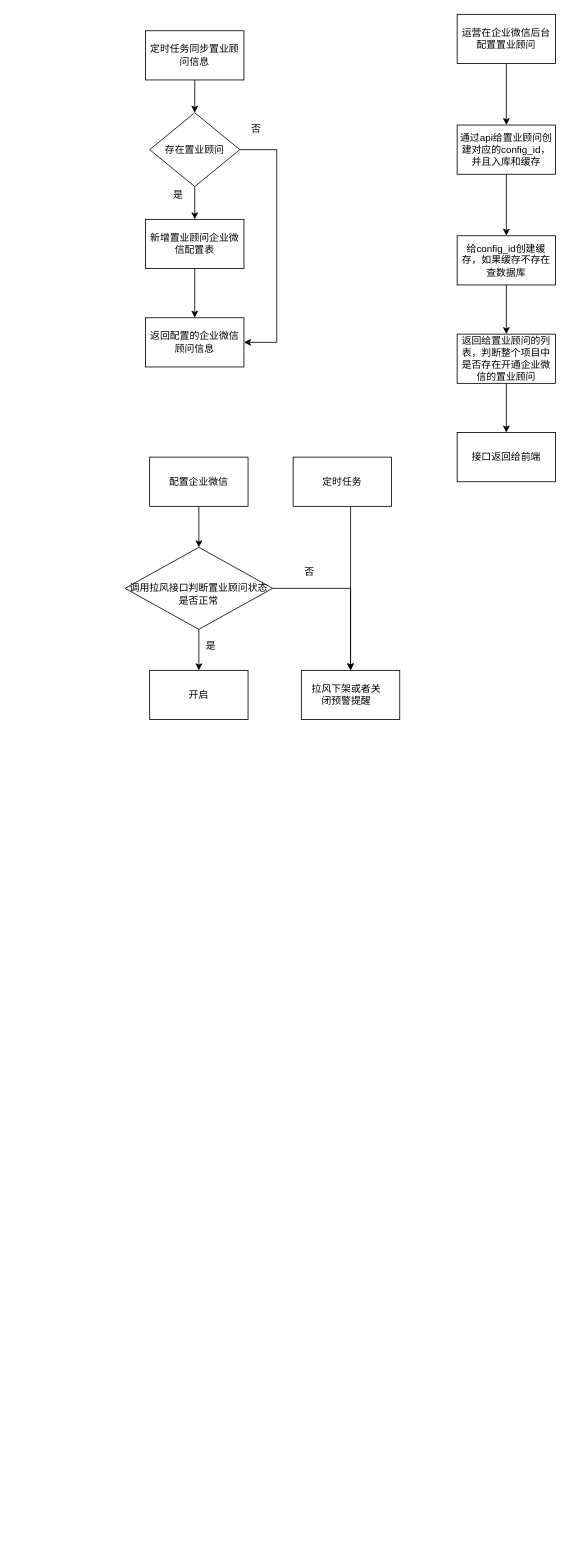
This is wecom.drawio from chrispolo/-Offer-, a draw.io file, before an edit. Source tidied: cells renumbered, new cells numbered last; positions are measured from the earlier drawing's top-left corner, leaving out a move shared by most shapes. Both pictures are drawn from the tidied source at 82%, with x=0, y=0 at pixel (125, 14).
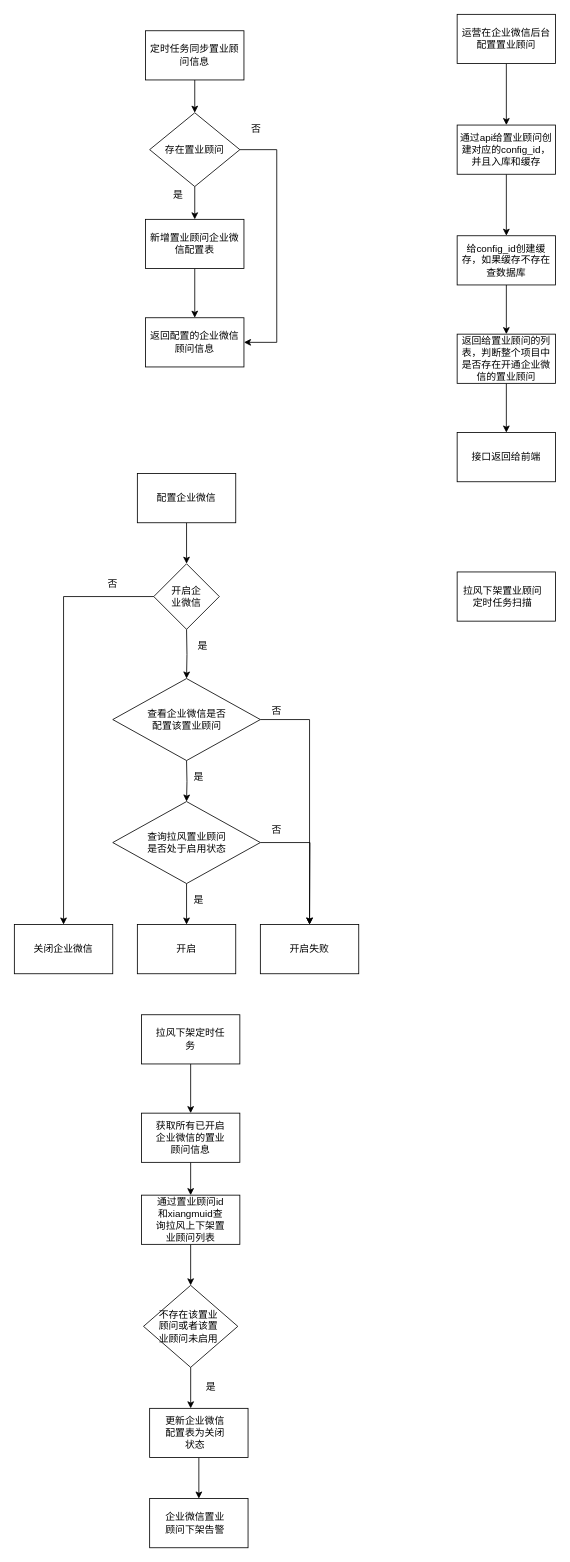
Above is the later version.

Change to the diagram source:
```diff
@@
-    <mxCell id="12" style="edgeStyle=orthogonalEdgeStyle;rounded=0;jettySize=auto;html=1;" parent="1" edge="1" source="13" target="16">
-      <mxGeometry relative="1" as="geometry" />
+    <mxCell id="12" style="edgeStyle=orthogonalEdgeStyle;rounded=0;jettySize=auto;html=1;" parent="1" edge="1" target="16">
+      <mxGeometry relative="1" as="geometry">
+        <mxPoint x="75" y="910" as="sourcePoint" />
+      </mxGeometry>
     </mxCell>
-    <mxCell id="13" value="配置企业微信" style="rounded=0;whiteSpace=wrap;html=1;" parent="1" vertex="1">
-      <mxGeometry x="30" y="540" width="120" height="60" as="geometry" />
-    </mxCell>
@@
-    <mxCell id="15" style="edgeStyle=orthogonalEdgeStyle;rounded=0;jettySize=auto;html=1;entryX=0.5;entryY=0;entryDx=0;entryDy=0;" parent="1" edge="1" source="16" target="22">
-      <mxGeometry relative="1" as="geometry" />
-    </mxCell>
+    <mxCell id="34" style="edgeStyle=orthogonalEdgeStyle;rounded=0;jettySize=auto;html=1;" parent="1" edge="1" source="16">
+      <mxGeometry relative="1" as="geometry">
+        <mxPoint x="225" y="1110" as="targetPoint" />
+      </mxGeometry>
+    </mxCell>
-    <mxCell id="16" value="&lt;br&gt;调用拉风接口判断置业顾问状态是否正常" style="rhombus;whiteSpace=wrap;html=1;" parent="1" vertex="1">
-      <mxGeometry y="650" width="180" height="100" as="geometry" />
+    <mxCell id="16" style="rhombus;whiteSpace=wrap;html=1;" parent="1" vertex="1">
+      <mxGeometry x="-15" y="960" width="180" height="100" as="geometry" />
     </mxCell>
     <mxCell id="17" style="rounded=0;whiteSpace=wrap;html=1;" parent="1" vertex="1">
-      <mxGeometry x="30" y="800" width="120" height="60" as="geometry" />
+      <mxGeometry x="15" y="1110" width="120" height="60" as="geometry" />
     </mxCell>
     <mxCell id="18" value="是" style="text;html=1;strokeColor=none;fillColor=none;align=center;verticalAlign=middle;whiteSpace=wrap;rounded=0;" parent="1" vertex="1">
-      <mxGeometry x="85" y="760" width="40" height="20" as="geometry" />
+      <mxGeometry x="70" y="1070" width="40" height="20" as="geometry" />
     </mxCell>
     <mxCell id="19" value="开启" style="text;html=1;strokeColor=none;fillColor=none;align=center;verticalAlign=middle;whiteSpace=wrap;rounded=0;" parent="1" vertex="1">
-      <mxGeometry x="70" y="820" width="40" height="20" as="geometry" />
+      <mxGeometry x="55" y="1130" width="40" height="20" as="geometry" />
     </mxCell>
-    <mxCell id="20" style="edgeStyle=orthogonalEdgeStyle;rounded=0;jettySize=auto;html=1;entryX=0.5;entryY=0;entryDx=0;entryDy=0;" parent="1" edge="1" source="21" target="22">
-      <mxGeometry relative="1" as="geometry">
-        <Array as="points">
-          <mxPoint x="275" y="680" />
-          <mxPoint x="275" y="680" />
-        </Array>
-      </mxGeometry>
-    </mxCell>
-    <mxCell id="21" value="定时任务" style="rounded=0;whiteSpace=wrap;html=1;" parent="1" vertex="1">
-      <mxGeometry x="205" y="540" width="120" height="60" as="geometry" />
+    <mxCell id="21" style="rounded=0;whiteSpace=wrap;html=1;" parent="1" vertex="1">
+      <mxGeometry x="405" y="680" width="120" height="60" as="geometry" />
     </mxCell>
+    <mxCell id="35" style="edgeStyle=orthogonalEdgeStyle;rounded=0;jettySize=auto;html=1;" parent="1" edge="1" source="22" target="54">
+      <mxGeometry relative="1" as="geometry" />
+    </mxCell>
     <mxCell id="22" style="rounded=0;whiteSpace=wrap;html=1;" parent="1" vertex="1">
-      <mxGeometry x="215" y="800" width="120" height="60" as="geometry" />
+      <mxGeometry x="20" y="1220" width="120" height="60" as="geometry" />
     </mxCell>
-    <mxCell id="23" value="否" style="text;html=1;strokeColor=none;fillColor=none;align=center;verticalAlign=middle;whiteSpace=wrap;rounded=0;" parent="1" vertex="1">
-      <mxGeometry x="205" y="670" width="40" height="20" as="geometry" />
-    </mxCell>
-    <mxCell id="24" value="拉风下架或者关闭预警提醒" style="text;html=1;strokeColor=none;fillColor=none;align=center;verticalAlign=middle;whiteSpace=wrap;rounded=0;" parent="1" vertex="1">
-      <mxGeometry x="225" y="810" width="90" height="40" as="geometry" />
+    <mxCell id="24" value="拉风下架定时任务" style="text;html=1;strokeColor=none;fillColor=none;align=center;verticalAlign=middle;whiteSpace=wrap;rounded=0;" parent="1" vertex="1">
+      <mxGeometry x="35" y="1230" width="90" height="40" as="geometry" />
     </mxCell>
@@
+    <mxCell id="36" style="edgeStyle=orthogonalEdgeStyle;rounded=0;jettySize=auto;html=1;entryX=0.5;entryY=0;entryDx=0;entryDy=0;" parent="1" edge="1" target="38">
+      <mxGeometry relative="1" as="geometry">
+        <mxPoint x="75" y="750" as="sourcePoint" />
+      </mxGeometry>
+    </mxCell>
+    <mxCell id="37" style="edgeStyle=orthogonalEdgeStyle;rounded=0;jettySize=auto;html=1;" parent="1" edge="1" source="38" target="43">
+      <mxGeometry relative="1" as="geometry">
+        <Array as="points">
+          <mxPoint x="225" y="860" />
+        </Array>
+      </mxGeometry>
+    </mxCell>
+    <mxCell id="38" style="rhombus;whiteSpace=wrap;html=1;" parent="1" vertex="1">
+      <mxGeometry x="-15" y="810" width="180" height="100" as="geometry" />
+    </mxCell>
+    <mxCell id="39" value="查看企业微信是否配置该置业顾问" style="text;html=1;strokeColor=none;fillColor=none;align=center;verticalAlign=middle;whiteSpace=wrap;rounded=0;" parent="1" vertex="1">
+      <mxGeometry x="22.5" y="835" width="105" height="50" as="geometry" />
+    </mxCell>
+    <mxCell id="40" value="是" style="text;html=1;strokeColor=none;fillColor=none;align=center;verticalAlign=middle;whiteSpace=wrap;rounded=0;" parent="1" vertex="1">
+      <mxGeometry x="70" y="920" width="40" height="20" as="geometry" />
+    </mxCell>
+    <mxCell id="41" value="查询拉风置业顾问是否处于启用状态" style="text;html=1;strokeColor=none;fillColor=none;align=center;verticalAlign=middle;whiteSpace=wrap;rounded=0;" parent="1" vertex="1">
+      <mxGeometry x="22.5" y="985" width="105" height="50" as="geometry" />
+    </mxCell>
+    <mxCell id="42" value="拉风下架置业顾问定时任务扫描" style="text;html=1;strokeColor=none;fillColor=none;align=center;verticalAlign=middle;whiteSpace=wrap;rounded=0;" parent="1" vertex="1">
+      <mxGeometry x="407.5" y="685" width="105" height="50" as="geometry" />
+    </mxCell>
+    <mxCell id="43" value="开启失败" style="rounded=0;whiteSpace=wrap;html=1;" parent="1" vertex="1">
+      <mxGeometry x="165" y="1110" width="120" height="60" as="geometry" />
+    </mxCell>
+    <mxCell id="44" value="否" style="text;html=1;strokeColor=none;fillColor=none;align=center;verticalAlign=middle;whiteSpace=wrap;rounded=0;" parent="1" vertex="1">
+      <mxGeometry x="165" y="840" width="40" height="20" as="geometry" />
+    </mxCell>
+    <mxCell id="45" value="否" style="text;html=1;strokeColor=none;fillColor=none;align=center;verticalAlign=middle;whiteSpace=wrap;rounded=0;" parent="1" vertex="1">
+      <mxGeometry x="165" y="985" width="40" height="20" as="geometry" />
+    </mxCell>
+    <mxCell id="46" style="edgeStyle=orthogonalEdgeStyle;rounded=0;jettySize=auto;html=1;entryX=0.5;entryY=0;entryDx=0;entryDy=0;" parent="1" edge="1" source="13" target="47">
+      <mxGeometry relative="1" as="geometry" />
+    </mxCell>
+    <mxCell id="13" value="配置企业微信" style="rounded=0;whiteSpace=wrap;html=1;" parent="1" vertex="1">
+      <mxGeometry x="15" y="560" width="120" height="60" as="geometry" />
+    </mxCell>
+    <mxCell id="47" style="rhombus;whiteSpace=wrap;html=1;" parent="1" vertex="1">
+      <mxGeometry x="35" y="670" width="80" height="80" as="geometry" />
+    </mxCell>
+    <mxCell id="48" style="edgeStyle=orthogonalEdgeStyle;rounded=0;jettySize=auto;html=1;entryX=0.5;entryY=0;entryDx=0;entryDy=0;exitX=0;exitY=0.5;exitDx=0;exitDy=0;" parent="1" edge="1" source="47" target="51">
+      <mxGeometry relative="1" as="geometry" />
+    </mxCell>
+    <mxCell id="49" value="开启企业微信" style="text;html=1;strokeColor=none;fillColor=none;align=center;verticalAlign=middle;whiteSpace=wrap;rounded=0;" parent="1" vertex="1">
+      <mxGeometry x="55" y="700" width="40" height="20" as="geometry" />
+    </mxCell>
+    <mxCell id="50" value="是" style="text;html=1;strokeColor=none;fillColor=none;align=center;verticalAlign=middle;whiteSpace=wrap;rounded=0;" parent="1" vertex="1">
+      <mxGeometry x="75" y="760" width="40" height="20" as="geometry" />
+    </mxCell>
+    <mxCell id="51" value="关闭企业微信" style="rounded=0;whiteSpace=wrap;html=1;" parent="1" vertex="1">
+      <mxGeometry x="-135" y="1110" width="120" height="60" as="geometry" />
+    </mxCell>
+    <mxCell id="52" value="否" style="text;html=1;strokeColor=none;fillColor=none;align=center;verticalAlign=middle;whiteSpace=wrap;rounded=0;" parent="1" vertex="1">
+      <mxGeometry x="-35" y="685" width="40" height="20" as="geometry" />
+    </mxCell>
+    <mxCell id="53" style="edgeStyle=orthogonalEdgeStyle;rounded=0;jettySize=auto;html=1;entryX=0.5;entryY=0;entryDx=0;entryDy=0;" parent="1" edge="1" source="54" target="57">
+      <mxGeometry relative="1" as="geometry" />
+    </mxCell>
+    <mxCell id="54" style="rounded=0;whiteSpace=wrap;html=1;" parent="1" vertex="1">
+      <mxGeometry x="20" y="1340" width="120" height="60" as="geometry" />
+    </mxCell>
+    <mxCell id="55" value="获取所有已开启企业微信的置业顾问信息" style="text;html=1;strokeColor=none;fillColor=none;align=center;verticalAlign=middle;whiteSpace=wrap;rounded=0;" parent="1" vertex="1">
+      <mxGeometry x="35" y="1350" width="90" height="40" as="geometry" />
+    </mxCell>
+    <mxCell id="56" style="edgeStyle=orthogonalEdgeStyle;rounded=0;jettySize=auto;html=1;entryX=0.5;entryY=0;entryDx=0;entryDy=0;" parent="1" edge="1" source="57" target="60">
+      <mxGeometry relative="1" as="geometry" />
+    </mxCell>
+    <mxCell id="57" style="rounded=0;whiteSpace=wrap;html=1;" parent="1" vertex="1">
+      <mxGeometry x="20" y="1440" width="120" height="60" as="geometry" />
+    </mxCell>
+    <mxCell id="58" value="通过置业顾问id和xiangmuid查询拉风上下架置业顾问列表" style="text;html=1;strokeColor=none;fillColor=none;align=center;verticalAlign=middle;whiteSpace=wrap;rounded=0;" parent="1" vertex="1">
+      <mxGeometry x="35" y="1450" width="90" height="40" as="geometry" />
+    </mxCell>
+    <mxCell id="59" style="edgeStyle=orthogonalEdgeStyle;rounded=0;jettySize=auto;html=1;entryX=0.417;entryY=0;entryDx=0;entryDy=0;entryPerimeter=0;" parent="1" edge="1" source="60" target="63">
+      <mxGeometry relative="1" as="geometry" />
+    </mxCell>
+    <mxCell id="60" style="rhombus;whiteSpace=wrap;html=1;" parent="1" vertex="1">
+      <mxGeometry x="22.5" y="1550" width="115" height="100" as="geometry" />
+    </mxCell>
+    <mxCell id="61" value="不存在该置业顾问或者该置业顾问未启用" style="text;html=1;strokeColor=none;fillColor=none;align=center;verticalAlign=middle;whiteSpace=wrap;rounded=0;" parent="1" vertex="1">
+      <mxGeometry x="35" y="1590" width="85" height="20" as="geometry" />
+    </mxCell>
+    <mxCell id="62" style="edgeStyle=orthogonalEdgeStyle;rounded=0;jettySize=auto;html=1;entryX=0.5;entryY=0;entryDx=0;entryDy=0;" parent="1" edge="1" source="63" target="66">
+      <mxGeometry relative="1" as="geometry" />
+    </mxCell>
+    <mxCell id="63" style="rounded=0;whiteSpace=wrap;html=1;" parent="1" vertex="1">
+      <mxGeometry x="30" y="1700" width="120" height="60" as="geometry" />
+    </mxCell>
+    <mxCell id="64" value="是" style="text;html=1;strokeColor=none;fillColor=none;align=center;verticalAlign=middle;whiteSpace=wrap;rounded=0;" parent="1" vertex="1">
+      <mxGeometry x="85" y="1664" width="40" height="20" as="geometry" />
+    </mxCell>
+    <mxCell id="65" value="更新企业微信配置表为关闭状态" style="text;html=1;strokeColor=none;fillColor=none;align=center;verticalAlign=middle;whiteSpace=wrap;rounded=0;" parent="1" vertex="1">
+      <mxGeometry x="42.5" y="1720" width="85" height="20" as="geometry" />
+    </mxCell>
+    <mxCell id="66" style="rounded=0;whiteSpace=wrap;html=1;" parent="1" vertex="1">
+      <mxGeometry x="30" y="1810" width="120" height="60" as="geometry" />
+    </mxCell>
+    <mxCell id="67" value="企业微信置业顾问下架告警" style="text;html=1;strokeColor=none;fillColor=none;align=center;verticalAlign=middle;whiteSpace=wrap;rounded=0;" parent="1" vertex="1">
+      <mxGeometry x="42.5" y="1830" width="85" height="20" as="geometry" />
+    </mxCell>
```
